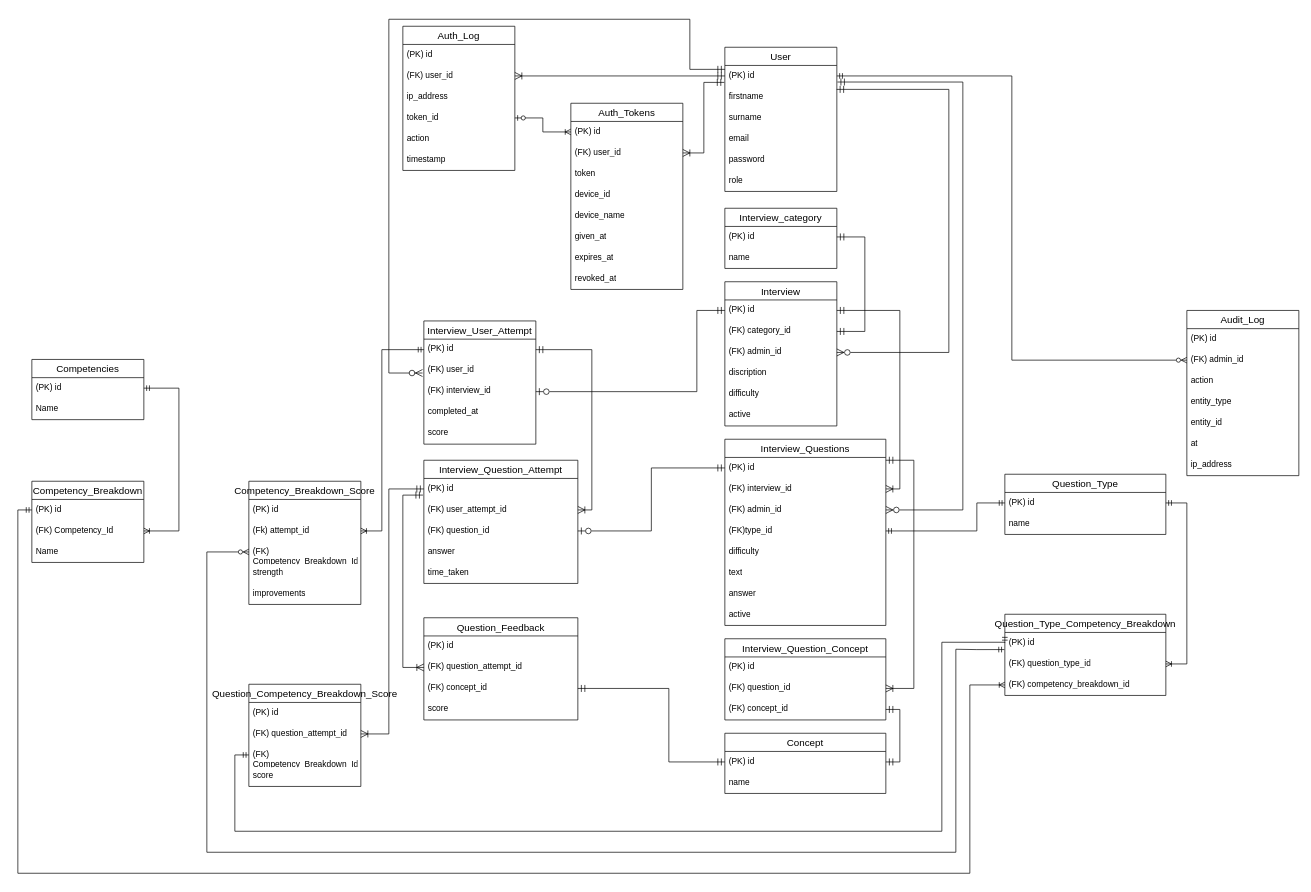
Earlier version of the draw.io diagram diagrams/group_erd.drawio (V-DP-DEV/Capstone). Source tidied: cells renumbered, new cells numbered last; positions are measured from the earlier drawing's top-left corner, leaving out a move shared by most shapes. Both pictures are drawn from the tidied source at 70%, with x=0, y=0 at pixel (18, 19).
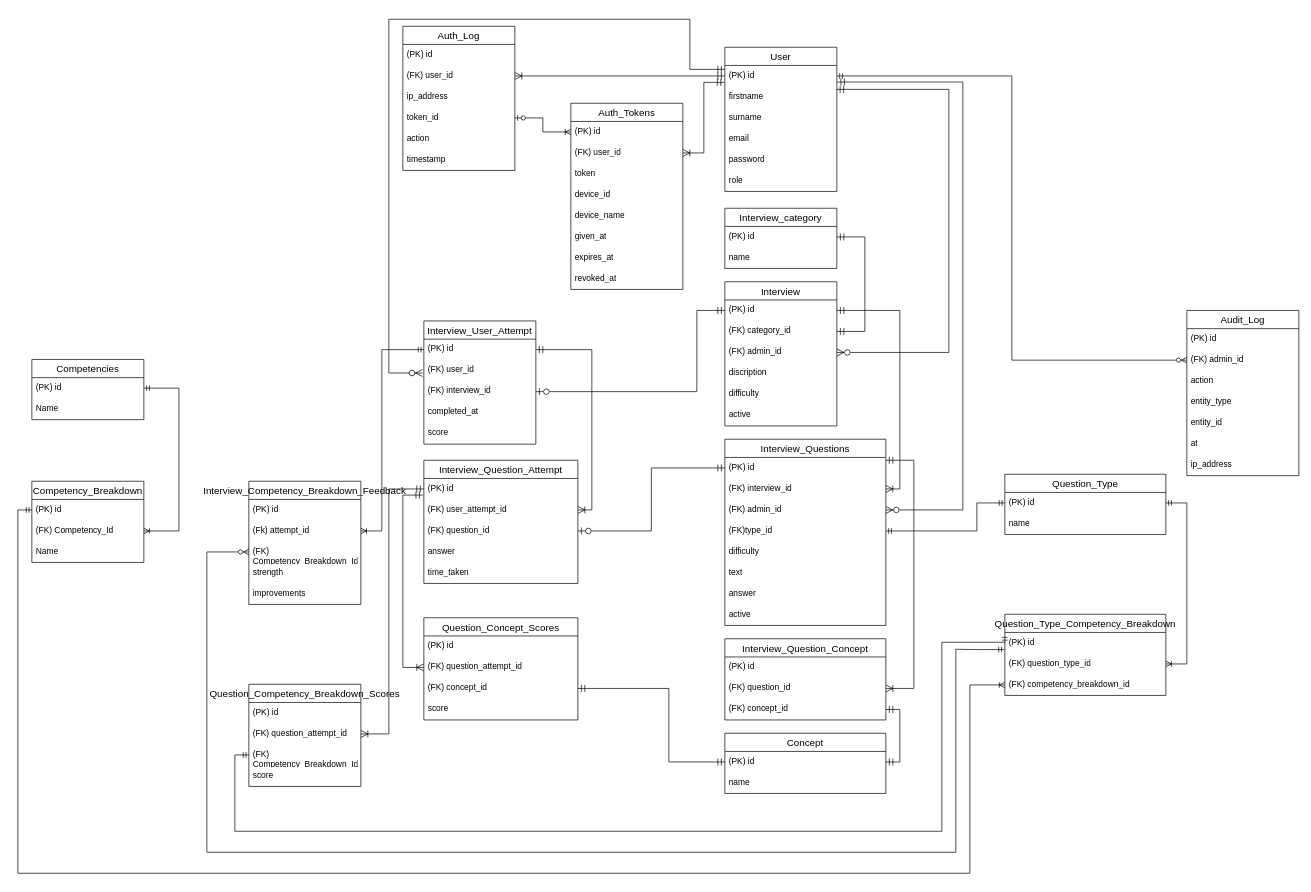
After the change.

Commit message:
Updated the erd to match the new schema

Change to the diagram source:
```diff
@@
-    <mxCell id="40" value="Question_Feedback" style="swimlane;fontStyle=0;horizontal=1;startSize=26;align=center;fontSize=14;" parent="1" vertex="1">
+    <mxCell id="40" value="Question_Concept_Scores" style="swimlane;fontStyle=0;horizontal=1;startSize=26;align=center;fontSize=14;" parent="1" vertex="1">
       <mxGeometry x="580" y="855" width="220" height="146" as="geometry" />
     </mxCell>
@@
-    <mxCell id="82" value="Competency_Breakdown_Score" style="swimlane;fontStyle=0;horizontal=1;startSize=26;align=center;fontSize=14;" parent="1" vertex="1">
+    <mxCell id="82" value="Interview_Competency_Breakdown_Feedback" style="swimlane;fontStyle=0;horizontal=1;startSize=26;align=center;fontSize=14;" parent="1" vertex="1">
       <mxGeometry x="330" y="660" width="160" height="176" as="geometry" />
     </mxCell>
@@
-    <mxCell id="102" value="Question_Competency_Breakdown_Score" style="swimlane;fontStyle=0;horizontal=1;startSize=26;align=center;fontSize=14;" parent="1" vertex="1">
+    <mxCell id="102" value="Question_Competency_Breakdown_Scores" style="swimlane;fontStyle=0;horizontal=1;startSize=26;align=center;fontSize=14;" parent="1" vertex="1">
       <mxGeometry x="330" y="950" width="160" height="146" as="geometry" />
     </mxCell>
```
